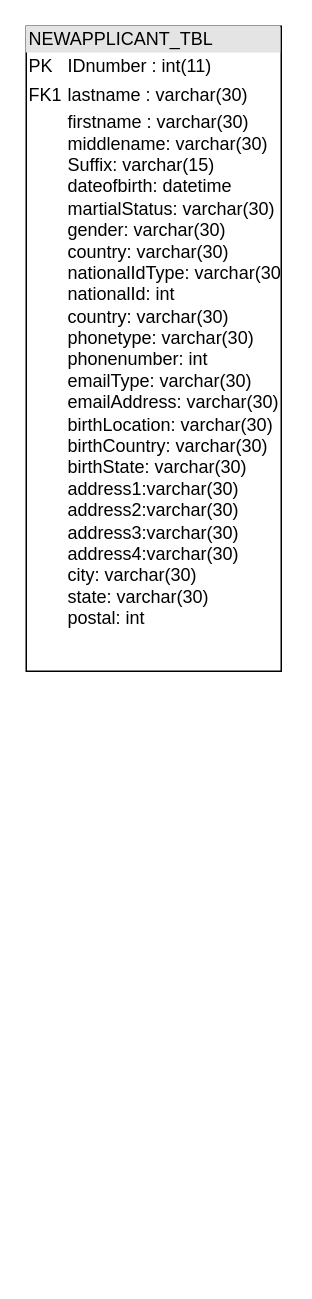
Before: page "SQL database" (2 of 2) of Untitled Diagram.drawio in masterdeans/danidean, a draw.io diagram. Source tidied: cells renumbered, new cells numbered last; positions are measured from the earlier drawing's top-left corner, leaving out a move shared by most shapes. Both pictures are drawn from the tidied source at 150%, with x=0, y=0 at pixel (26, 26).
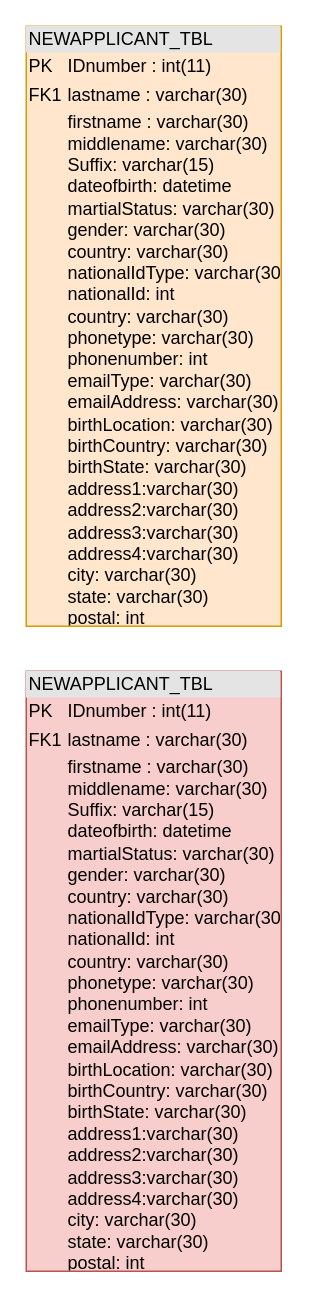
The same diagram, later.

Diff of the diagram source:
```diff
@@
 <mxGraphModel>
   <root>
     <mxCell id="0" />
     <mxCell id="1" parent="0" />
-    <mxCell id="2" value="&lt;div style=&quot;box-sizing: border-box ; width: 100% ; background: #e4e4e4 ; padding: 2px&quot;&gt;NEWAPPLICANT_TBL&lt;/div&gt;&lt;table style=&quot;width: 100% ; font-size: 1em&quot; cellpadding=&quot;2&quot; cellspacing=&quot;0&quot;&gt;&lt;tbody&gt;&lt;tr&gt;&lt;td&gt;PK&lt;/td&gt;&lt;td&gt;IDnumber : int(11)&lt;/td&gt;&lt;/tr&gt;&lt;tr&gt;&lt;td&gt;FK1&lt;/td&gt;&lt;td&gt;lastname : varchar(30)&lt;/td&gt;&lt;/tr&gt;&lt;tr&gt;&lt;td&gt;&lt;br&gt;&lt;/td&gt;&lt;td&gt;firstname : varchar(30)&lt;br&gt;middlename: varchar(30)&lt;br&gt;Suffix: varchar(15)&lt;br&gt;dateofbirth: datetime&lt;br&gt;martialStatus: varchar(30)&lt;br&gt;gender: varchar(30)&lt;br&gt;country: varchar(30)&lt;br&gt;nationalIdType: varchar(30)&lt;br&gt;nationalId: int&lt;br&gt;country: varchar(30)&lt;br&gt;phonetype: varchar(30)&lt;br&gt;phonenumber: int&lt;br&gt;emailType: varchar(30)&lt;br&gt;emailAddress: varchar(30)&lt;br&gt;birthLocation: varchar(30)&lt;br&gt;birthCountry: varchar(30)&lt;br&gt;birthState: varchar(30)&lt;br&gt;address1:varchar(30)&lt;br&gt;address2:varchar(30)&lt;br&gt;address3:varchar(30)&lt;br&gt;address4:varchar(30)&lt;br&gt;city: varchar(30)&lt;br&gt;state: varchar(30)&lt;br&gt;postal: int&lt;/td&gt;&lt;/tr&gt;&lt;/tbody&gt;&lt;/table&gt;" style="verticalAlign=top;align=left;overflow=fill;html=1;" parent="1" vertex="1">
-      <mxGeometry width="170" height="430" as="geometry" />
+    <mxCell id="2" value="&lt;div style=&quot;box-sizing: border-box ; width: 100% ; background: #e4e4e4 ; padding: 2px&quot;&gt;NEWAPPLICANT_TBL&lt;/div&gt;&lt;table style=&quot;width: 100% ; font-size: 1em&quot; cellpadding=&quot;2&quot; cellspacing=&quot;0&quot;&gt;&lt;tbody&gt;&lt;tr&gt;&lt;td&gt;PK&lt;/td&gt;&lt;td&gt;IDnumber : int(11)&lt;/td&gt;&lt;/tr&gt;&lt;tr&gt;&lt;td&gt;FK1&lt;/td&gt;&lt;td&gt;lastname : varchar(30)&lt;/td&gt;&lt;/tr&gt;&lt;tr&gt;&lt;td&gt;&lt;br&gt;&lt;/td&gt;&lt;td&gt;firstname : varchar(30)&lt;br&gt;middlename: varchar(30)&lt;br&gt;Suffix: varchar(15)&lt;br&gt;dateofbirth: datetime&lt;br&gt;martialStatus: varchar(30)&lt;br&gt;gender: varchar(30)&lt;br&gt;country: varchar(30)&lt;br&gt;nationalIdType: varchar(30)&lt;br&gt;nationalId: int&lt;br&gt;country: varchar(30)&lt;br&gt;phonetype: varchar(30)&lt;br&gt;phonenumber: int&lt;br&gt;emailType: varchar(30)&lt;br&gt;emailAddress: varchar(30)&lt;br&gt;birthLocation: varchar(30)&lt;br&gt;birthCountry: varchar(30)&lt;br&gt;birthState: varchar(30)&lt;br&gt;address1:varchar(30)&lt;br&gt;address2:varchar(30)&lt;br&gt;address3:varchar(30)&lt;br&gt;address4:varchar(30)&lt;br&gt;city: varchar(30)&lt;br&gt;state: varchar(30)&lt;br&gt;postal: int&lt;/td&gt;&lt;/tr&gt;&lt;/tbody&gt;&lt;/table&gt;" style="verticalAlign=top;align=left;overflow=fill;html=1;fillColor=#ffe6cc;strokeColor=#d79b00;spacingTop=39;" parent="1" vertex="1">
+      <mxGeometry width="170" height="400" as="geometry" />
     </mxCell>
+    <mxCell id="3" value="&lt;div style=&quot;box-sizing: border-box ; width: 100% ; background: #e4e4e4 ; padding: 2px&quot;&gt;NEWAPPLICANT_TBL&lt;/div&gt;&lt;table style=&quot;width: 100% ; font-size: 1em&quot; cellpadding=&quot;2&quot; cellspacing=&quot;0&quot;&gt;&lt;tbody&gt;&lt;tr&gt;&lt;td&gt;PK&lt;/td&gt;&lt;td&gt;IDnumber : int(11)&lt;/td&gt;&lt;/tr&gt;&lt;tr&gt;&lt;td&gt;FK1&lt;/td&gt;&lt;td&gt;lastname : varchar(30)&lt;/td&gt;&lt;/tr&gt;&lt;tr&gt;&lt;td&gt;&lt;br&gt;&lt;/td&gt;&lt;td&gt;firstname : varchar(30)&lt;br&gt;middlename: varchar(30)&lt;br&gt;Suffix: varchar(15)&lt;br&gt;dateofbirth: datetime&lt;br&gt;martialStatus: varchar(30)&lt;br&gt;gender: varchar(30)&lt;br&gt;country: varchar(30)&lt;br&gt;nationalIdType: varchar(30)&lt;br&gt;nationalId: int&lt;br&gt;country: varchar(30)&lt;br&gt;phonetype: varchar(30)&lt;br&gt;phonenumber: int&lt;br&gt;emailType: varchar(30)&lt;br&gt;emailAddress: varchar(30)&lt;br&gt;birthLocation: varchar(30)&lt;br&gt;birthCountry: varchar(30)&lt;br&gt;birthState: varchar(30)&lt;br&gt;address1:varchar(30)&lt;br&gt;address2:varchar(30)&lt;br&gt;address3:varchar(30)&lt;br&gt;address4:varchar(30)&lt;br&gt;city: varchar(30)&lt;br&gt;state: varchar(30)&lt;br&gt;postal: int&lt;/td&gt;&lt;/tr&gt;&lt;/tbody&gt;&lt;/table&gt;" style="verticalAlign=top;align=left;overflow=fill;html=1;fillColor=#f8cecc;strokeColor=#b85450;spacingTop=39;" parent="1" vertex="1">
+      <mxGeometry y="430" width="170" height="400" as="geometry" />
+    </mxCell>
   </root>
 </mxGraphModel>
```
